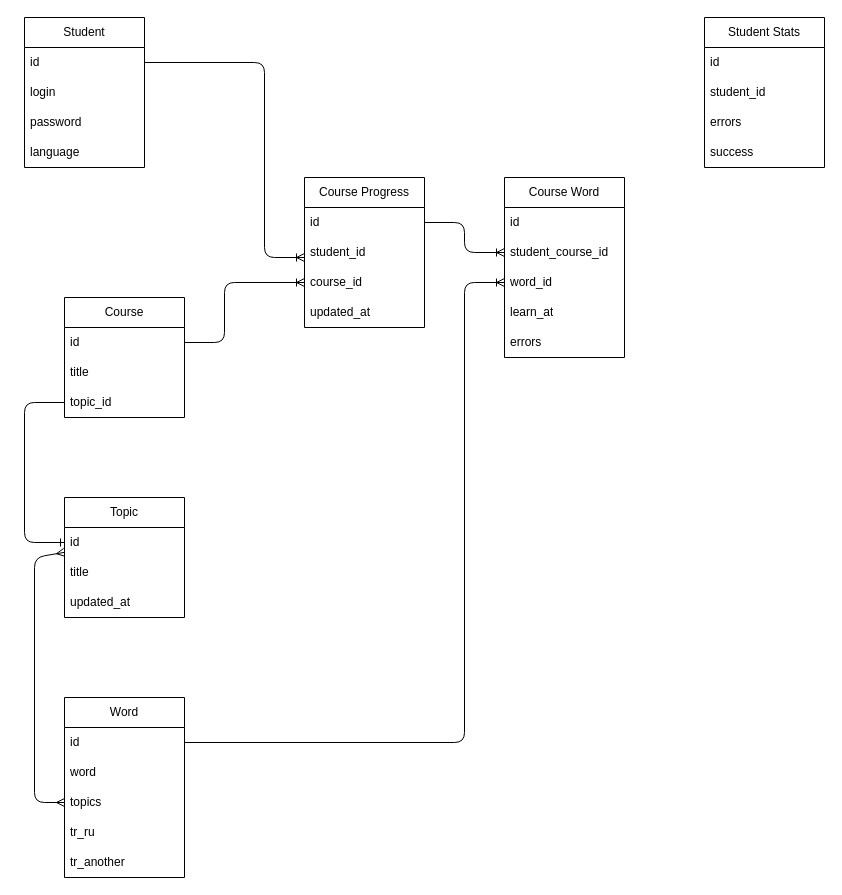
This is page "Data" (2 of 2) of docs/scheme.drawio from Igorok/pocket_dictionary, a draw.io file, before an edit. Source tidied: cells renumbered, new cells numbered last; positions are measured from the earlier drawing's top-left corner, leaving out a move shared by most shapes. Both pictures are drawn from the tidied source at 100%, with x=0, y=0 at pixel (24, 17).
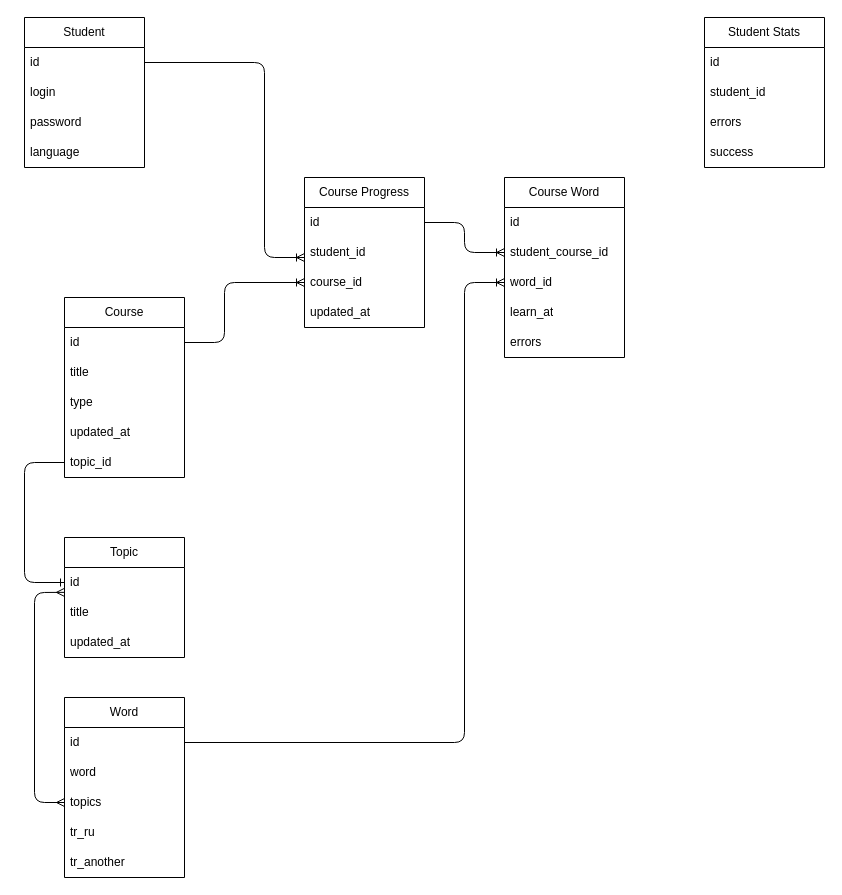
The same page after the edit.

Unchanged cells that the change refers to:
```xml
<mxCell id="23" value="id" style="text;strokeColor=none;fillColor=none;align=left;verticalAlign=middle;spacingLeft=4;spacingRight=4;overflow=hidden;points=[[0,0.5],[1,0.5]];portConstraint=eastwest;whiteSpace=wrap;html=1;" parent="22" vertex="1">
  <mxGeometry y="30" width="120" height="30" as="geometry" />
</mxCell>
<mxCell id="29" value="topics" style="text;strokeColor=none;fillColor=none;align=left;verticalAlign=middle;spacingLeft=4;spacingRight=4;overflow=hidden;points=[[0,0.5],[1,0.5]];portConstraint=eastwest;whiteSpace=wrap;html=1;" parent="26" vertex="1">
  <mxGeometry y="90" width="120" height="30" as="geometry" />
</mxCell>
```

Change to the diagram source:
```diff
@@
     <mxCell id="7" value="Course" style="swimlane;fontStyle=0;horizontal=1;startSize=30;whiteSpace=wrap;html=1;" parent="1" vertex="1">
-      <mxGeometry x="40" y="280" width="120" height="120" as="geometry" />
+      <mxGeometry x="40" y="280" width="120" height="180" as="geometry" />
     </mxCell>
@@
+    <mxCell id="43" value="type" style="text;strokeColor=none;fillColor=none;align=left;verticalAlign=middle;spacingLeft=4;spacingRight=4;overflow=hidden;whiteSpace=wrap;html=1;" parent="7" vertex="1">
+      <mxGeometry y="90" width="120" height="30" as="geometry" />
+    </mxCell>
+    <mxCell id="44" value="updated_at" style="text;strokeColor=none;fillColor=none;align=left;verticalAlign=middle;spacingLeft=4;spacingRight=4;overflow=hidden;whiteSpace=wrap;html=1;" parent="7" vertex="1">
+      <mxGeometry y="120" width="120" height="30" as="geometry" />
+    </mxCell>
     <mxCell id="10" value="topic_id" style="text;strokeColor=none;fillColor=none;align=left;verticalAlign=middle;spacingLeft=4;spacingRight=4;overflow=hidden;points=[[0,0.5],[1,0.5]];portConstraint=eastwest;whiteSpace=wrap;html=1;" parent="7" vertex="1">
-      <mxGeometry y="90" width="120" height="30" as="geometry" />
+      <mxGeometry y="150" width="120" height="30" as="geometry" />
     </mxCell>
@@
     <mxCell id="22" value="Topic" style="swimlane;fontStyle=0;horizontal=1;startSize=30;whiteSpace=wrap;html=1;" parent="1" vertex="1">
-      <mxGeometry x="40" y="480" width="120" height="120" as="geometry" />
+      <mxGeometry x="40" y="520" width="120" height="120" as="geometry" />
     </mxCell>
@@
     <mxCell id="32" style="edgeStyle=none;html=1;exitX=0;exitY=0.5;exitDx=0;exitDy=0;entryX=0;entryY=0.5;entryDx=0;entryDy=0;fontSize=12;startArrow=none;startFill=0;endArrow=ERone;endFill=0;" parent="1" edge="1" source="10" target="23">
       <mxGeometry relative="1" as="geometry">
         <Array as="points">
-          <mxPoint y="385" />
-          <mxPoint y="525" />
+          <mxPoint y="445" />
+          <mxPoint y="565" />
         </Array>
       </mxGeometry>
     </mxCell>
     <mxCell id="33" style="edgeStyle=none;html=1;entryX=-0.001;entryY=0.829;entryDx=0;entryDy=0;fontSize=12;startArrow=ERmany;startFill=0;endArrow=ERmany;endFill=0;exitX=0;exitY=0.5;exitDx=0;exitDy=0;entryPerimeter=0;" parent="1" edge="1" source="29" target="23">
       <mxGeometry relative="1" as="geometry">
         <Array as="points">
           <mxPoint x="10" y="785" />
-          <mxPoint x="10" y="540" />
+          <mxPoint x="10" y="575" />
         </Array>
       </mxGeometry>
     </mxCell>
```
